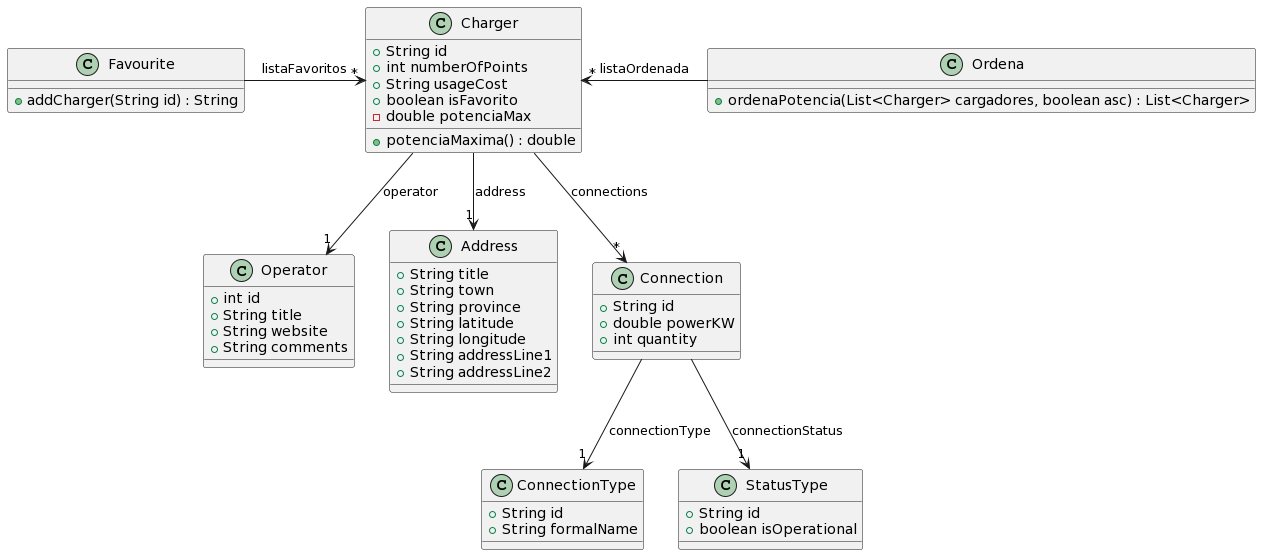
isunican/App-CarChargers-Grupo2 keeps this PlantUML diagram as Docs/Models/dominio.png. Above is the earlier version.
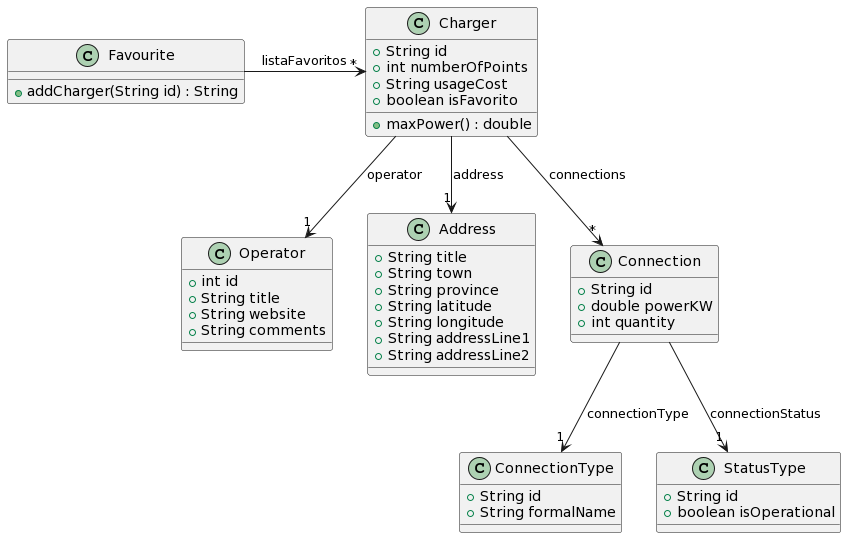
The same diagram one commit later.

Commit message:
Corregir errores modelos

The edit, as a diff of the source:
```diff
@@ -4,8 +4,7 @@
     + int numberOfPoints
     + String usageCost
     + boolean isFavorito
-    - double potenciaMax
-    + potenciaMaxima() : double
+    + maxPower() : double
 }
 
 class Operator {
@@ -45,18 +44,12 @@
     + boolean isOperational
 }
 
-class Ordena {
-    +ordenaPotencia(List<Charger> cargadores, boolean asc) : List<Charger>
-}
-
 Charger -down-> "1" Address : address
 Charger -down-> "1" Operator : operator
 Charger -down-> "*" Connection : connections
 
 Favourite -right-> "*" Charger: listaFavoritos
 
-Ordena -left-> "*" Charger: listaOrdenada
-
 Connection -down-> "1" ConnectionType : connectionType
 Connection -down-> "1" StatusType : connectionStatus
 @enduml
```
